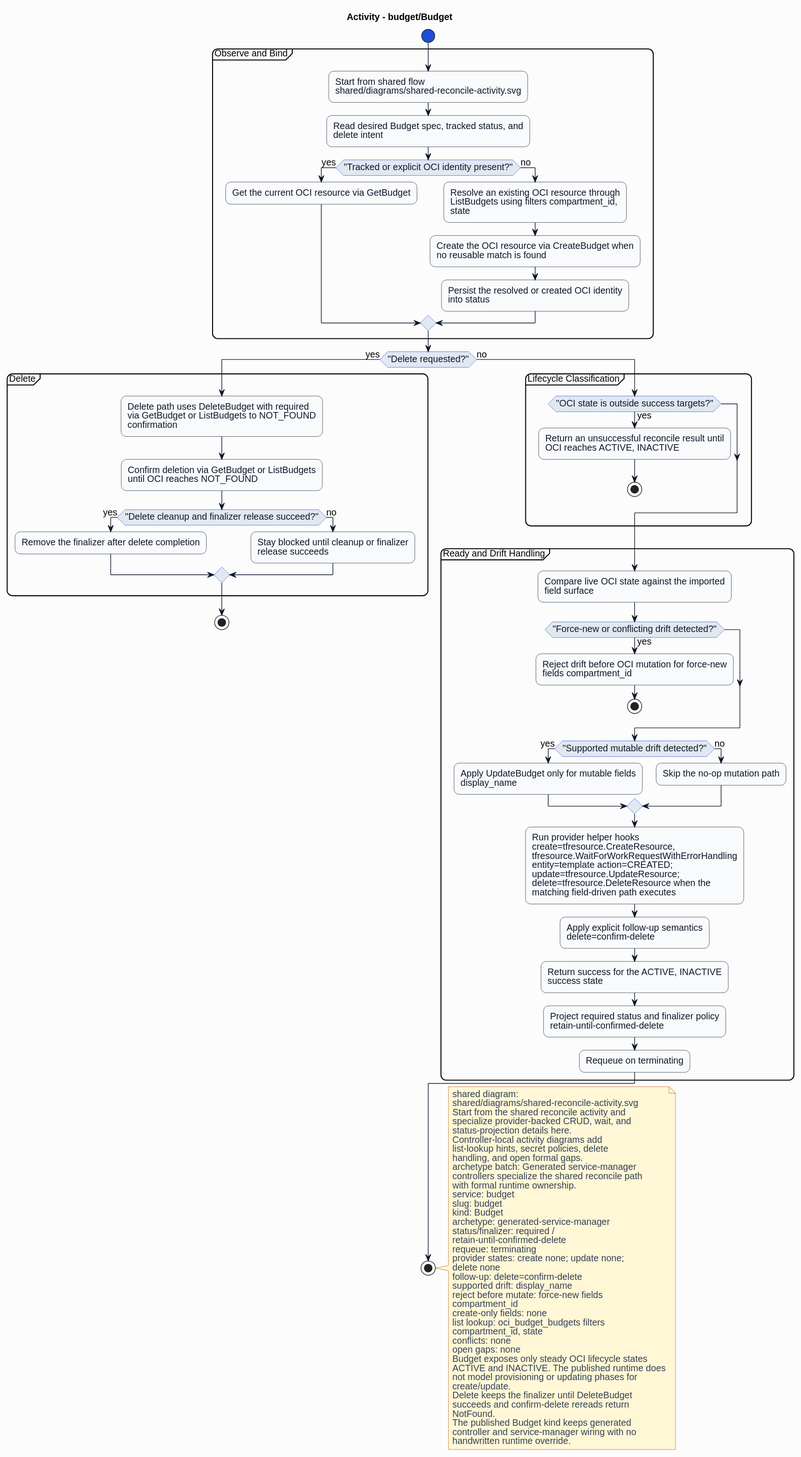
Before: formal/controllers/budget/budget/diagrams/activity.svg, a diagram exported from PlantUML (HaoyL666/oci-service-operator). The source it was exported from:
```plantuml
@startuml
skinparam shadowing false
skinparam backgroundColor #fcfcfd
skinparam defaultFontName Helvetica
skinparam defaultFontSize 14
skinparam arrowColor #0f172a
skinparam noteBackgroundColor #fff7d6
skinparam noteBorderColor #b45309
skinparam noteFontColor #334155
skinparam roundcorner 16
title Activity - budget/Budget
skinparam activity {
  backgroundColor #f8fafc
  borderColor #0f172a
  fontColor #0f172a
  diamondBackgroundColor #e2e8f0
  diamondBorderColor #1d4ed8
  diamondFontColor #0f172a
  startColor #1d4ed8
  endColor #0f172a
  barColor #1d4ed8
}
start
partition "Observe and Bind" {
:Start from shared flow\nshared/diagrams/shared-reconcile-activity.svg;
:Read desired Budget spec, tracked status, and\ndelete intent;
if ("Tracked or explicit OCI identity present?") then (yes)
:Get the current OCI resource via GetBudget;
else (no)
:Resolve an existing OCI resource through\nListBudgets using filters compartment_id,\nstate;
:Create the OCI resource via CreateBudget when\nno reusable match is found;
:Persist the resolved or created OCI identity\ninto status;
endif
}
if ("Delete requested?") then (yes)
partition "Delete" {
:Delete path uses DeleteBudget with required\nvia GetBudget or ListBudgets to NOT_FOUND\nconfirmation;
:Confirm deletion via GetBudget or ListBudgets\nuntil OCI reaches NOT_FOUND;
if ("Delete cleanup and finalizer release succeed?") then (yes)
:Remove the finalizer after delete completion;
else (no)
:Stay blocked until cleanup or finalizer\nrelease succeeds;
endif
}
stop
else (no)
partition "Lifecycle Classification" {
if ("OCI state is outside success targets?") then (yes)
:Return an unsuccessful reconcile result until\nOCI reaches ACTIVE, INACTIVE;
stop
endif
}
partition "Ready and Drift Handling" {
:Compare live OCI state against the imported\nfield surface;
if ("Force-new or conflicting drift detected?") then (yes)
:Reject drift before OCI mutation for force-new\nfields compartment_id;
stop
endif
if ("Supported mutable drift detected?") then (yes)
:Apply UpdateBudget only for mutable fields\ndisplay_name;
else (no)
:Skip the no-op mutation path;
endif
:Run provider helper hooks\ncreate=tfresource.CreateResource,\ntfresource.WaitForWorkRequestWithErrorHandling\nentity=template action=CREATED;\nupdate=tfresource.UpdateResource;\ndelete=tfresource.DeleteResource when the\nmatching field-driven path executes;
:Apply explicit follow-up semantics\ndelete=confirm-delete;
:Return success for the ACTIVE, INACTIVE\nsuccess state;
:Project required status and finalizer policy\nretain-until-confirmed-delete;
:Requeue on terminating;
}
endif
stop
note right
shared diagram:
shared/diagrams/shared-reconcile-activity.svg
Start from the shared reconcile activity and
specialize provider-backed CRUD, wait, and
status-projection details here.
Controller-local activity diagrams add
list-lookup hints, secret policies, delete
handling, and open formal gaps.
archetype batch: Generated service-manager
controllers specialize the shared reconcile path
with formal runtime ownership.
service: budget
slug: budget
kind: Budget
archetype: generated-service-manager
status/finalizer: required /
retain-until-confirmed-delete
requeue: terminating
provider states: create none; update none;
delete none
follow-up: delete=confirm-delete
supported drift: display_name
reject before mutate: force-new fields
compartment_id
create-only fields: none
list lookup: oci_budget_budgets filters
compartment_id, state
conflicts: none
open gaps: none
Budget exposes only steady OCI lifecycle states
ACTIVE and INACTIVE. The published runtime does
not model provisioning or updating phases for
create/update.
Delete keeps the finalizer until DeleteBudget
succeeds and confirm-delete rereads return
NotFound.
The published Budget kind keeps generated
controller and service-manager wiring with no
handwritten runtime override.
end note
@enduml
```
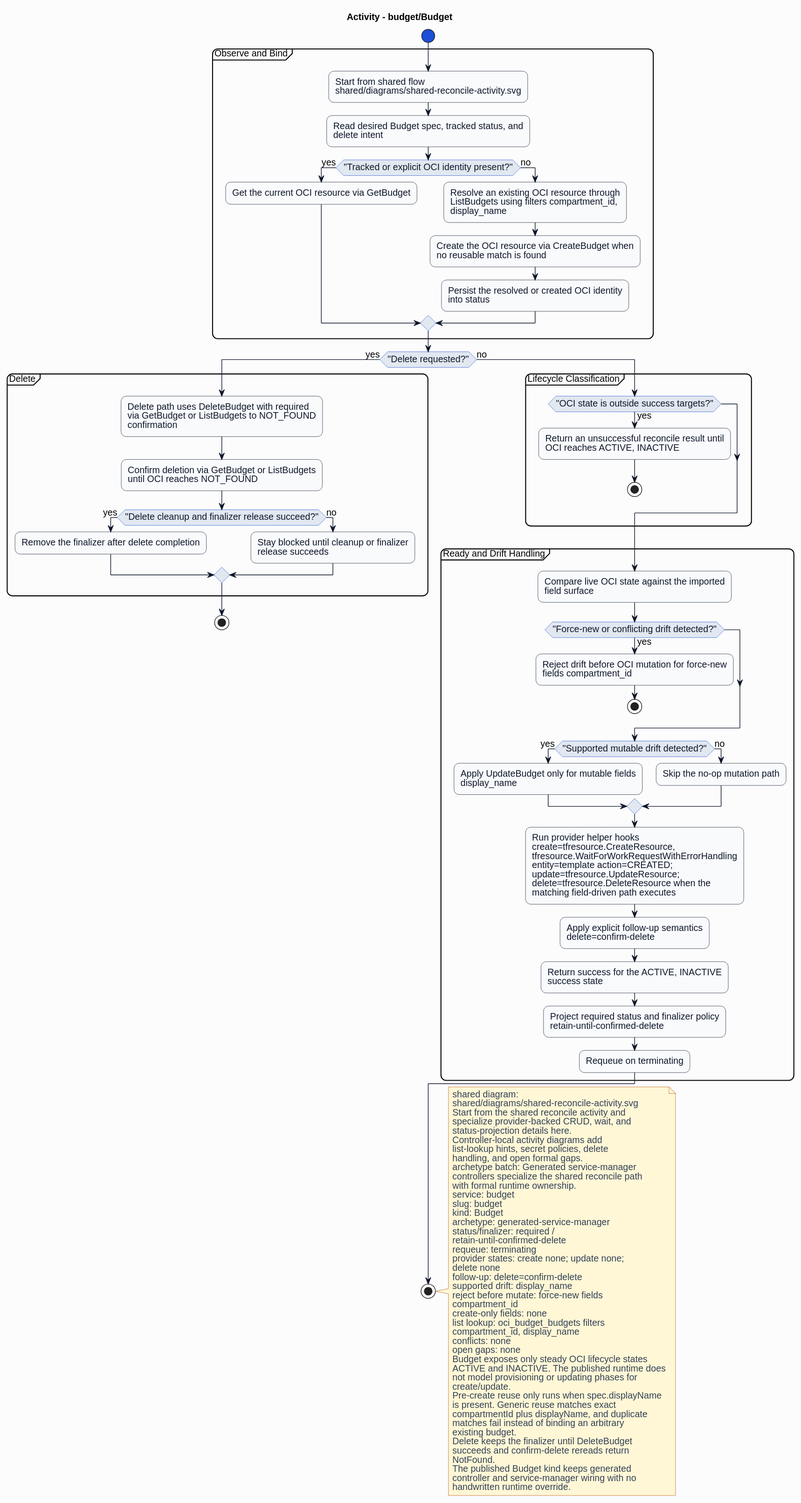
After the commit.

What changed in the source:
```diff
@@ -27,7 +27,7 @@
 if ("Tracked or explicit OCI identity present?") then (yes)
 :Get the current OCI resource via GetBudget;
 else (no)
-:Resolve an existing OCI resource through\nListBudgets using filters compartment_id,\nstate;
+:Resolve an existing OCI resource through\nListBudgets using filters compartment_id,\ndisplay_name;
 :Create the OCI resource via CreateBudget when\nno reusable match is found;
 :Persist the resolved or created OCI identity\ninto status;
 endif
@@ -96,13 +96,18 @@
 compartment_id
 create-only fields: none
 list lookup: oci_budget_budgets filters
-compartment_id, state
+compartment_id, display_name
 conflicts: none
 open gaps: none
 Budget exposes only steady OCI lifecycle states
 ACTIVE and INACTIVE. The published runtime does
 not model provisioning or updating phases for
 create/update.
+Pre-create reuse only runs when spec.displayName
+is present. Generic reuse matches exact
+compartmentId plus displayName, and duplicate
+matches fail instead of binding an arbitrary
+existing budget.
 Delete keeps the finalizer until DeleteBudget
 succeeds and confirm-delete rereads return
 NotFound.
```
